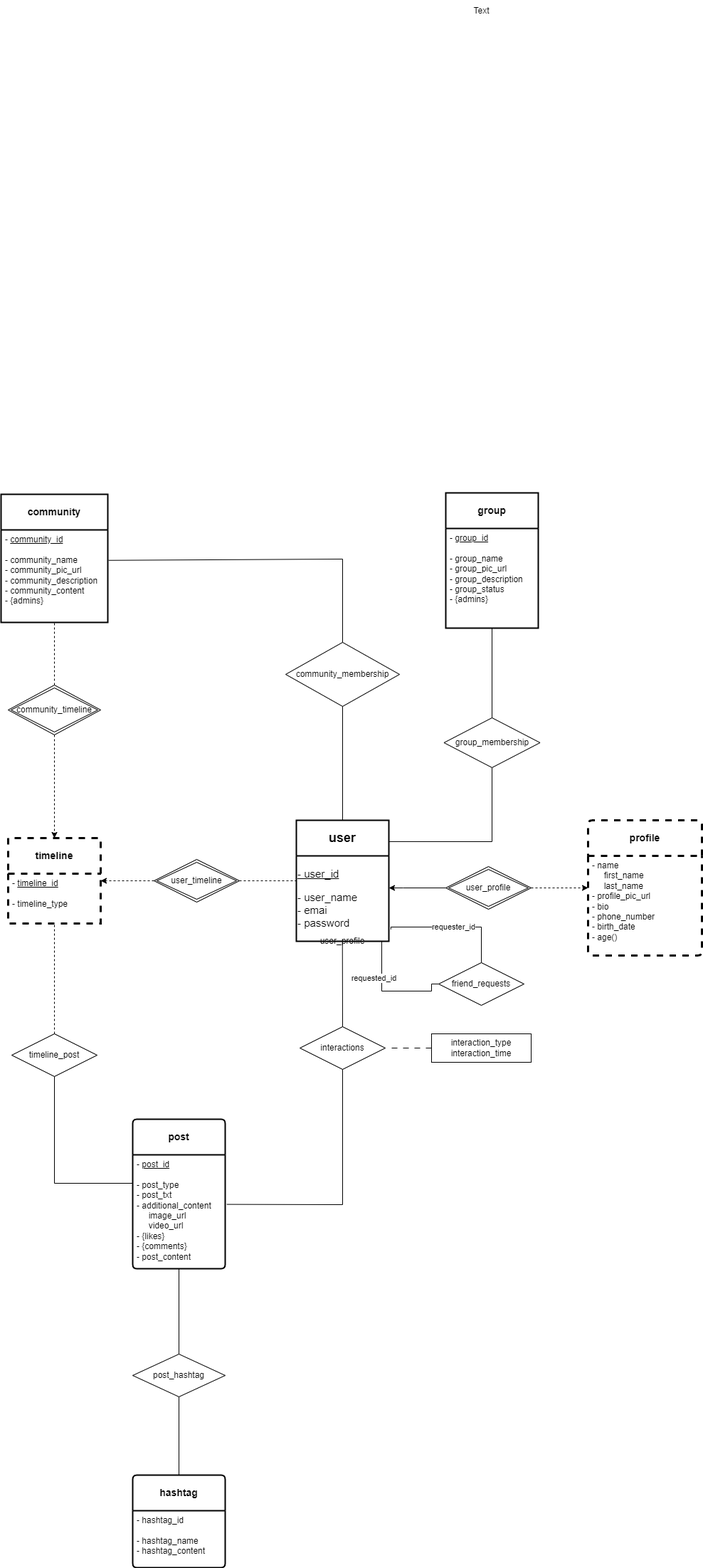
Earlier version of the draw.io export new_messenger_project.drawio.png (rezaAalaei/yu-gi-oh_messenger). Source tidied: cells renumbered, new cells last; positions are measured from the earlier drawing's top-left corner, leaving out a move shared by most shapes.
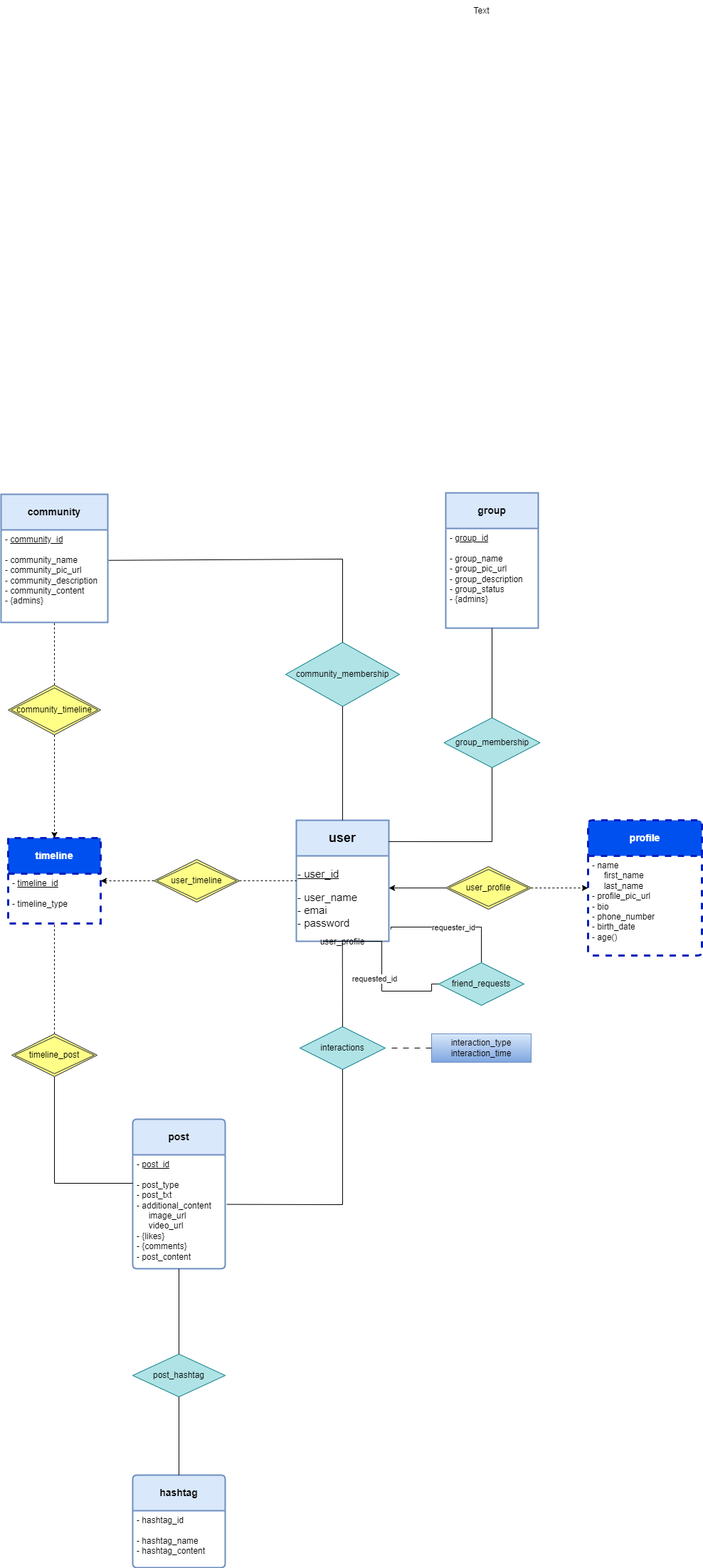
After the commit.

Change to the diagram source:
```diff
@@ -2,7 +2,7 @@
   <root>
     <mxCell id="0" />
     <mxCell id="1" parent="0" />
-    <mxCell id="2" value="&lt;b&gt;user&lt;/b&gt;" style="swimlane;horizontal=1;startSize=50;rounded=0;fontSize=18;fontStyle=0;strokeWidth=2;shadow=0;dashed=0;align=center;arcSize=4;whiteSpace=wrap;html=1;" parent="1" vertex="1">
+    <mxCell id="2" value="&lt;b&gt;user&lt;/b&gt;" style="swimlane;horizontal=1;startSize=50;rounded=0;fontSize=18;fontStyle=0;strokeWidth=2;shadow=0;dashed=0;align=center;arcSize=4;whiteSpace=wrap;html=1;fillColor=#dae8fc;strokeColor=#6c8ebf;" parent="1" vertex="1">
       <mxGeometry x="415" y="1152" width="130" height="170" as="geometry" />
     </mxCell>
     <mxCell id="3" value="&lt;div style=&quot;&quot;&gt;&lt;u style=&quot;font-size: 15px; background-color: initial;&quot;&gt;- user_id&lt;/u&gt;&lt;/div&gt;&lt;div style=&quot;&quot;&gt;&lt;br&gt;&lt;/div&gt;&lt;font style=&quot;font-size: 15px;&quot;&gt;&lt;div style=&quot;&quot;&gt;&lt;span style=&quot;background-color: initial;&quot;&gt;- user_name&lt;/span&gt;&lt;/div&gt;&lt;div style=&quot;&quot;&gt;&lt;span style=&quot;background-color: initial;&quot;&gt;- emai&lt;/span&gt;&lt;/div&gt;&lt;div style=&quot;&quot;&gt;&lt;span style=&quot;background-color: initial;&quot;&gt;- password&lt;/span&gt;&lt;/div&gt;&lt;/font&gt;" style="text;html=1;align=left;verticalAlign=middle;points=[];strokeColor=none;fillColor=none;" parent="2" vertex="1">
@@ -11,7 +11,7 @@
     <mxCell id="4" value="user_profile" style="shape=rhombus;double=1;perimeter=rhombusPerimeter;whiteSpace=wrap;html=1;align=center;" parent="2" vertex="1">
       <mxGeometry y="170" width="130" as="geometry" />
     </mxCell>
-    <mxCell id="5" value="&lt;b&gt;profile&lt;/b&gt;" style="swimlane;horizontal=1;startSize=50;rounded=1;fontSize=14;fontStyle=0;strokeWidth=3;shadow=0;dashed=1;align=center;arcSize=4;whiteSpace=wrap;html=1;" parent="1" vertex="1">
+    <mxCell id="5" value="&lt;b&gt;profile&lt;/b&gt;" style="swimlane;horizontal=1;startSize=50;rounded=1;fontSize=14;fontStyle=0;strokeWidth=3;shadow=0;dashed=1;align=center;arcSize=4;whiteSpace=wrap;html=1;fillColor=#0050ef;fontColor=#ffffff;strokeColor=#001DBC;" parent="1" vertex="1">
       <mxGeometry x="825" y="1152" width="160" height="190" as="geometry" />
     </mxCell>
     <mxCell id="6" value="- name&lt;br&gt;&amp;nbsp; &amp;nbsp; &amp;nbsp;first_name&lt;br&gt;&amp;nbsp; &amp;nbsp; &amp;nbsp;last_name&lt;br&gt;- profile_pic_url&lt;br&gt;- bio&lt;br&gt;- phone_number&lt;br&gt;- birth_date&lt;br&gt;- age()" style="align=left;strokeColor=none;fillColor=none;spacingLeft=4;fontSize=12;verticalAlign=top;html=1;" parent="5" vertex="1">
@@ -45,10 +45,10 @@
         <mxPoint x="-28" y="-2" as="offset" />
       </mxGeometry>
     </mxCell>
-    <mxCell id="11" value="friend_requests" style="shape=rhombus;perimeter=rhombusPerimeter;whiteSpace=wrap;html=1;align=center;" parent="1" vertex="1">
+    <mxCell id="11" value="friend_requests" style="shape=rhombus;perimeter=rhombusPerimeter;whiteSpace=wrap;html=1;align=center;fillColor=#b0e3e6;strokeColor=#0e8088;" parent="1" vertex="1">
       <mxGeometry x="615" y="1352" width="120" height="60" as="geometry" />
     </mxCell>
-    <mxCell id="12" value="&lt;b&gt;post&lt;/b&gt;" style="swimlane;horizontal=1;startSize=50;rounded=1;fontSize=14;fontStyle=0;strokeWidth=2;shadow=0;dashed=0;align=center;arcSize=4;whiteSpace=wrap;html=1;" parent="1" vertex="1">
+    <mxCell id="12" value="&lt;b&gt;post&lt;/b&gt;" style="swimlane;horizontal=1;startSize=50;rounded=1;fontSize=14;fontStyle=0;strokeWidth=2;shadow=0;dashed=0;align=center;arcSize=4;whiteSpace=wrap;html=1;fillColor=#dae8fc;strokeColor=#6c8ebf;" parent="1" vertex="1">
       <mxGeometry x="185" y="1572" width="130" height="210" as="geometry" />
     </mxCell>
     <mxCell id="13" value="- &lt;u&gt;post_id&lt;br&gt;&lt;/u&gt;&lt;br&gt;- post_type&lt;br&gt;- post_txt&lt;br&gt;- additional_content&lt;br&gt;&amp;nbsp; &amp;nbsp; &amp;nbsp;image_url&lt;br&gt;&amp;nbsp; &amp;nbsp; &amp;nbsp;video_url&lt;br&gt;- {likes}&lt;br&gt;- {comments}&lt;br&gt;- post_content" style="align=left;strokeColor=none;fillColor=none;spacingLeft=4;fontSize=12;verticalAlign=top;html=1;" parent="12" vertex="1">
@@ -70,10 +70,10 @@
         </Array>
       </mxGeometry>
     </mxCell>
-    <mxCell id="16" value="user_profile" style="shape=rhombus;double=1;perimeter=rhombusPerimeter;whiteSpace=wrap;html=1;align=center;" parent="1" vertex="1">
+    <mxCell id="16" value="user_profile" style="shape=rhombus;double=1;perimeter=rhombusPerimeter;whiteSpace=wrap;html=1;align=center;fillColor=#ffff88;strokeColor=#36393d;" parent="1" vertex="1">
       <mxGeometry x="625" y="1217" width="120" height="60" as="geometry" />
     </mxCell>
-    <mxCell id="17" value="interactions" style="shape=rhombus;perimeter=rhombusPerimeter;whiteSpace=wrap;html=1;align=center;" parent="1" vertex="1">
+    <mxCell id="17" value="interactions" style="shape=rhombus;perimeter=rhombusPerimeter;whiteSpace=wrap;html=1;align=center;fillColor=#b0e3e6;strokeColor=#0e8088;" parent="1" vertex="1">
       <mxGeometry x="420" y="1442" width="120" height="60" as="geometry" />
     </mxCell>
     <mxCell id="18" style="endArrow=none;html=1;rounded=0;exitX=0.5;exitY=0;exitDx=0;exitDy=0;entryX=0.498;entryY=1.02;entryDx=0;entryDy=0;entryPerimeter=0;" parent="1" edge="1" source="17" target="3">
@@ -86,7 +86,7 @@
         </Array>
       </mxGeometry>
     </mxCell>
-    <mxCell id="20" value="interaction_type&lt;br&gt;interaction_time" style="whiteSpace=wrap;html=1;align=center;" parent="1" vertex="1">
+    <mxCell id="20" value="interaction_type&lt;br&gt;interaction_time" style="whiteSpace=wrap;html=1;align=center;fillColor=#dae8fc;strokeColor=#6c8ebf;gradientColor=#7ea6e0;" parent="1" vertex="1">
       <mxGeometry x="605" y="1452" width="140" height="40" as="geometry" />
     </mxCell>
     <mxCell id="21" style="endArrow=none;html=1;rounded=0;startArrow=none;startFill=0;dashed=1;dashPattern=8 8;" parent="1" edge="1">
@@ -95,13 +95,13 @@
         <mxPoint x="545" y="1472" as="targetPoint" />
       </mxGeometry>
     </mxCell>
-    <mxCell id="22" value="&lt;b&gt;hashtag&lt;/b&gt;" style="swimlane;horizontal=1;startSize=50;rounded=1;fontSize=14;fontStyle=0;strokeWidth=2;shadow=0;dashed=0;align=center;arcSize=4;whiteSpace=wrap;html=1;" parent="1" vertex="1">
+    <mxCell id="22" value="&lt;b&gt;hashtag&lt;/b&gt;" style="swimlane;horizontal=1;startSize=50;rounded=1;fontSize=14;fontStyle=0;strokeWidth=2;shadow=0;dashed=0;align=center;arcSize=4;whiteSpace=wrap;html=1;fillColor=#dae8fc;strokeColor=#6c8ebf;" parent="1" vertex="1">
       <mxGeometry x="185" y="2072" width="130" height="130" as="geometry" />
     </mxCell>
     <mxCell id="23" value="- hashtag_id&lt;br&gt;&lt;br&gt;- hashtag_name&lt;br&gt;- hashtag_content" style="align=left;strokeColor=none;fillColor=none;spacingLeft=4;fontSize=12;verticalAlign=top;html=1;" parent="22" vertex="1">
       <mxGeometry y="50" width="130" height="80" as="geometry" />
     </mxCell>
-    <mxCell id="24" value="post_hashtag" style="shape=rhombus;perimeter=rhombusPerimeter;whiteSpace=wrap;html=1;align=center;" parent="1" vertex="1">
+    <mxCell id="24" value="post_hashtag" style="shape=rhombus;perimeter=rhombusPerimeter;whiteSpace=wrap;html=1;align=center;fillColor=#b0e3e6;strokeColor=#0e8088;" parent="1" vertex="1">
       <mxGeometry x="185" y="1902" width="130" height="60" as="geometry" />
     </mxCell>
     <mxCell id="25" style="endArrow=none;html=1;rounded=0;exitX=0.5;exitY=1;exitDx=0;exitDy=0;entryX=0.5;entryY=0;entryDx=0;entryDy=0;" parent="1" edge="1" source="13" target="24">
@@ -110,13 +110,13 @@
     <mxCell id="26" style="endArrow=none;html=1;rounded=0;exitX=0.5;exitY=1;exitDx=0;exitDy=0;entryX=0.5;entryY=0;entryDx=0;entryDy=0;" parent="1" edge="1" source="24" target="22">
       <mxGeometry relative="1" as="geometry" />
     </mxCell>
-    <mxCell id="27" value="&lt;b&gt;group&lt;/b&gt;" style="swimlane;horizontal=1;startSize=50;rounded=1;fontSize=14;fontStyle=0;strokeWidth=2;shadow=0;dashed=0;align=center;arcSize=0;whiteSpace=wrap;html=1;" parent="1" vertex="1">
+    <mxCell id="27" value="&lt;b&gt;group&lt;/b&gt;" style="swimlane;horizontal=1;startSize=50;rounded=1;fontSize=14;fontStyle=0;strokeWidth=2;shadow=0;dashed=0;align=center;arcSize=0;whiteSpace=wrap;html=1;fillColor=#dae8fc;strokeColor=#6c8ebf;" parent="1" vertex="1">
       <mxGeometry x="625" y="692" width="130" height="190" as="geometry" />
     </mxCell>
     <mxCell id="28" value="- &lt;u&gt;group_id&lt;br&gt;&lt;/u&gt;&lt;br&gt;- group_name&lt;br&gt;- group_pic_url&lt;br&gt;- group_description&lt;br&gt;- group_status&lt;br&gt;- {admins}" style="align=left;strokeColor=none;fillColor=none;spacingLeft=4;fontSize=12;verticalAlign=top;html=1;" parent="27" vertex="1">
       <mxGeometry y="50" width="130" height="140" as="geometry" />
     </mxCell>
-    <mxCell id="29" value="group_membership" style="shape=rhombus;perimeter=rhombusPerimeter;whiteSpace=wrap;html=1;align=center;" parent="1" vertex="1">
+    <mxCell id="29" value="group_membership" style="shape=rhombus;perimeter=rhombusPerimeter;whiteSpace=wrap;html=1;align=center;fillColor=#b0e3e6;strokeColor=#0e8088;" parent="1" vertex="1">
       <mxGeometry x="622.5" y="1008" width="135" height="70" as="geometry" />
     </mxCell>
     <mxCell id="30" style="endArrow=none;html=1;rounded=0;entryX=0.5;entryY=1;entryDx=0;entryDy=0;exitX=0.5;exitY=0;exitDx=0;exitDy=0;" parent="1" edge="1" source="29" target="28">
@@ -129,13 +129,13 @@
         </Array>
       </mxGeometry>
     </mxCell>
-    <mxCell id="32" value="&lt;b&gt;community&lt;/b&gt;" style="swimlane;horizontal=1;startSize=50;rounded=1;fontSize=14;fontStyle=0;strokeWidth=2;shadow=0;dashed=0;align=center;arcSize=0;whiteSpace=wrap;html=1;swimlaneLine=1;" parent="1" vertex="1">
+    <mxCell id="32" value="&lt;b&gt;community&lt;/b&gt;" style="swimlane;horizontal=1;startSize=50;rounded=1;fontSize=14;fontStyle=0;strokeWidth=2;shadow=0;dashed=0;align=center;arcSize=0;whiteSpace=wrap;html=1;swimlaneLine=1;fillColor=#dae8fc;strokeColor=#6c8ebf;" parent="1" vertex="1">
       <mxGeometry y="694" width="150" height="180" as="geometry" />
     </mxCell>
     <mxCell id="33" value="- &lt;u&gt;community_id&lt;br&gt;&lt;/u&gt;&lt;br&gt;- community_name&lt;br&gt;- community_pic_url&lt;br&gt;- community_description&lt;br&gt;- community_content&lt;br&gt;- {admins}" style="align=left;strokeColor=none;fillColor=none;spacingLeft=4;fontSize=12;verticalAlign=top;html=1;" parent="32" vertex="1">
       <mxGeometry y="50" width="150" height="130" as="geometry" />
     </mxCell>
-    <mxCell id="34" value="community_membership" style="shape=rhombus;perimeter=rhombusPerimeter;whiteSpace=wrap;html=1;align=center;" parent="1" vertex="1">
+    <mxCell id="34" value="community_membership" style="shape=rhombus;perimeter=rhombusPerimeter;whiteSpace=wrap;html=1;align=center;fillColor=#b0e3e6;strokeColor=#0e8088;" parent="1" vertex="1">
       <mxGeometry x="400" y="902" width="160" height="90" as="geometry" />
     </mxCell>
     <mxCell id="35" style="endArrow=none;html=1;rounded=0;entryX=0.5;entryY=0;entryDx=0;entryDy=0;exitX=0.5;exitY=1;exitDx=0;exitDy=0;" parent="1" edge="1" source="34" target="2">
@@ -151,15 +151,12 @@
     <mxCell id="37" value="Text" style="text;html=1;align=center;verticalAlign=middle;strokeColor=none;fillColor=none;" parent="1" vertex="1">
       <mxGeometry x="650" width="50" height="30" as="geometry" />
     </mxCell>
-    <mxCell id="38" value="&lt;b&gt;timeline&lt;/b&gt;" style="swimlane;horizontal=1;startSize=50;rounded=1;fontSize=14;fontStyle=0;strokeWidth=3;shadow=0;align=center;arcSize=0;whiteSpace=wrap;html=1;dashed=1;" parent="1" vertex="1">
+    <mxCell id="38" value="&lt;b&gt;timeline&lt;/b&gt;" style="swimlane;horizontal=1;startSize=50;rounded=1;fontSize=14;fontStyle=0;strokeWidth=3;shadow=0;align=center;arcSize=0;whiteSpace=wrap;html=1;dashed=1;fillColor=#0050ef;fontColor=#ffffff;strokeColor=#001DBC;" parent="1" vertex="1">
       <mxGeometry x="10" y="1177" width="130" height="120" as="geometry" />
     </mxCell>
     <mxCell id="39" value="- &lt;u&gt;timeline_id&lt;br&gt;&lt;/u&gt;&lt;br&gt;- timeline_type&lt;br&gt;" style="align=left;strokeColor=none;fillColor=none;spacingLeft=4;fontSize=12;verticalAlign=top;html=1;" parent="38" vertex="1">
       <mxGeometry y="50" width="130" height="70" as="geometry" />
     </mxCell>
-    <mxCell id="40" value="timeline_post" style="shape=rhombus;perimeter=rhombusPerimeter;whiteSpace=wrap;html=1;align=center;" parent="1" vertex="1">
-      <mxGeometry x="15" y="1452" width="120" height="60" as="geometry" />
-    </mxCell>
     <mxCell id="41" style="endArrow=none;html=1;rounded=0;exitX=0.5;exitY=0;exitDx=0;exitDy=0;entryX=0.5;entryY=1;entryDx=0;entryDy=0;dashed=1;" parent="1" edge="1" source="40" target="39">
       <mxGeometry relative="1" as="geometry" />
     </mxCell>
@@ -187,11 +184,14 @@
     <mxCell id="46" style="endArrow=none;html=1;rounded=0;entryX=0.5;entryY=1;entryDx=0;entryDy=0;exitX=0.5;exitY=0;exitDx=0;exitDy=0;dashed=1;" parent="1" edge="1" source="48" target="33">
       <mxGeometry relative="1" as="geometry" />
     </mxCell>
-    <mxCell id="47" value="user_timeline" style="shape=rhombus;double=1;perimeter=rhombusPerimeter;whiteSpace=wrap;html=1;align=center;" parent="1" vertex="1">
+    <mxCell id="47" value="user_timeline" style="shape=rhombus;double=1;perimeter=rhombusPerimeter;whiteSpace=wrap;html=1;align=center;fillColor=#ffff88;strokeColor=#36393d;" parent="1" vertex="1">
       <mxGeometry x="215" y="1207" width="120" height="60" as="geometry" />
     </mxCell>
-    <mxCell id="48" value="community_timeline" style="shape=rhombus;double=1;perimeter=rhombusPerimeter;whiteSpace=wrap;html=1;align=center;" parent="1" vertex="1">
+    <mxCell id="48" value="community_timeline" style="shape=rhombus;double=1;perimeter=rhombusPerimeter;whiteSpace=wrap;html=1;align=center;fillColor=#ffff88;strokeColor=#36393d;" parent="1" vertex="1">
       <mxGeometry x="10" y="962" width="130" height="70" as="geometry" />
     </mxCell>
+    <mxCell id="40" value="timeline_post" style="shape=rhombus;double=1;perimeter=rhombusPerimeter;whiteSpace=wrap;html=1;align=center;fillColor=#ffff88;strokeColor=#36393d;" parent="1" vertex="1">
+      <mxGeometry x="15" y="1452" width="120" height="60" as="geometry" />
+    </mxCell>
   </root>
 </mxGraphModel>
```
